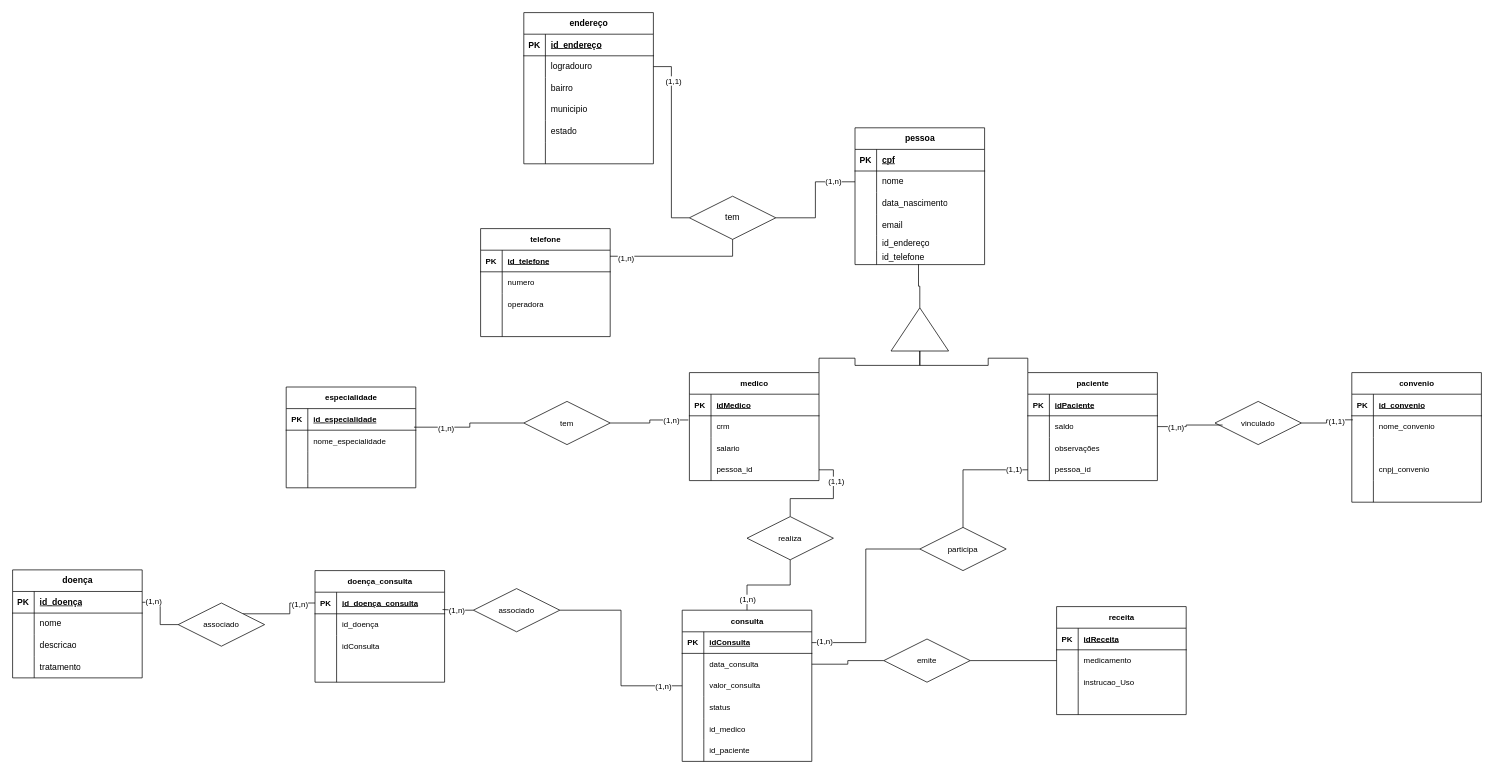
The draw.io diagram clinica.drawio in bbrtbr/BancoDadosClinica-CRUD, before the edit. Source tidied: cells renumbered, new cells numbered last; positions are measured from the earlier drawing's top-left corner, leaving out a move shared by most shapes. Both pictures are drawn from the tidied source at 72%, with x=0, y=0 at pixel (12, 12).
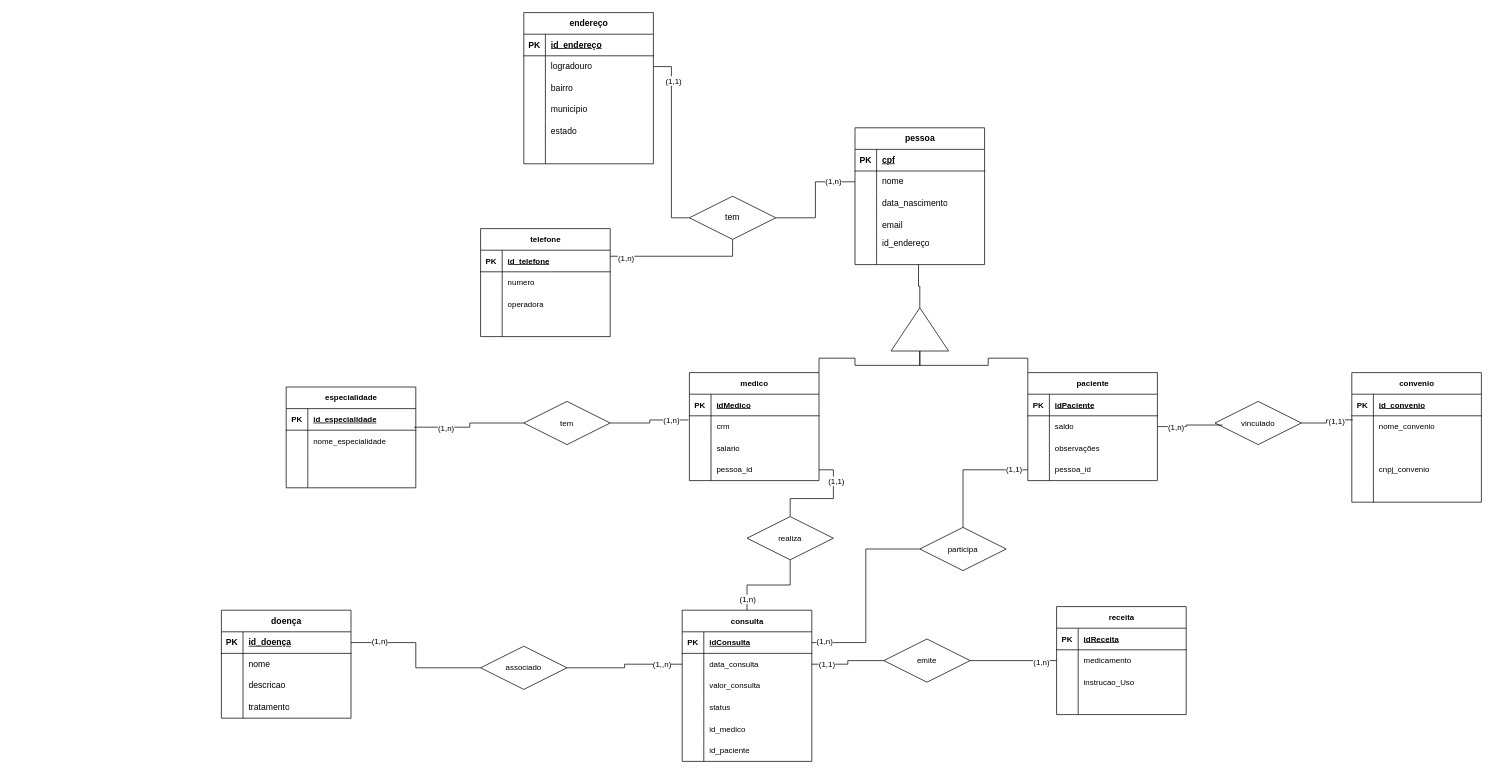
After the change.

The change refers to these unchanged cells:
```xml
<mxCell id="18" style="shape=tableRow;horizontal=0;startSize=0;swimlaneHead=0;swimlaneBody=0;fillColor=none;points=[[0,0.5],[1,0.5]];portConstraint=eastwest;top=0;left=0;right=0;bottom=0;" parent="2" vertex="1">
  <mxGeometry y="170" width="180" height="20" as="geometry" />
</mxCell>
<mxCell id="95" style="shape=tableRow;horizontal=0;startSize=0;swimlaneHead=0;swimlaneBody=0;fillColor=none;points=[[0,0.5],[1,0.5]];portConstraint=eastwest;top=0;left=0;right=0;bottom=0;fontFamily=Helvetica;fontSize=11;fontColor=default;" parent="91" vertex="1">
  <mxGeometry y="60" width="180" height="30" as="geometry" />
</mxCell>
<mxCell id="98" style="shape=tableRow;horizontal=0;startSize=0;swimlaneHead=0;swimlaneBody=0;fillColor=none;points=[[0,0.5],[1,0.5]];portConstraint=eastwest;top=0;left=0;right=0;bottom=0;fontFamily=Helvetica;fontSize=11;fontColor=default;" parent="91" vertex="1">
  <mxGeometry y="90" width="180" height="30" as="geometry" />
</mxCell>
<mxCell id="123" style="edgeStyle=orthogonalEdgeStyle;shape=connector;rounded=0;jettySize=auto;html=1;exitX=1;exitY=0.5;exitDx=0;exitDy=0;entryX=0;entryY=0.5;entryDx=0;entryDy=0;labelBackgroundColor=default;strokeColor=default;align=center;verticalAlign=middle;fontFamily=Helvetica;fontSize=11;fontColor=default;endArrow=none;endFill=0;" parent="1" edge="1" source="124" target="114">
  <mxGeometry relative="1" as="geometry" />
</mxCell>
<mxCell id="125" style="edgeStyle=orthogonalEdgeStyle;shape=connector;rounded=0;jettySize=auto;html=1;exitX=1;exitY=0.5;exitDx=0;exitDy=0;entryX=0;entryY=0.5;entryDx=0;entryDy=0;labelBackgroundColor=default;strokeColor=default;align=center;verticalAlign=middle;fontFamily=Helvetica;fontSize=11;fontColor=default;endArrow=none;endFill=0;" parent="1" edge="1" source="95" target="124">
  <mxGeometry relative="1" as="geometry" />
</mxCell>
```

What changed in the source:
```diff
@@
-    <mxCell id="20" value="id_telefone" style="shape=partialRectangle;fillColor=none;top=0;left=0;bottom=0;right=0;align=left;spacingLeft=6;overflow=hidden;whiteSpace=wrap;html=1;" parent="18" vertex="1">
+    <mxCell id="20" style="shape=partialRectangle;fillColor=none;top=0;left=0;bottom=0;right=0;align=left;spacingLeft=6;overflow=hidden;whiteSpace=wrap;html=1;" parent="18" vertex="1">
       <mxGeometry x="30" width="150" height="20" as="geometry" />
     </mxCell>
@@
+    <mxCell id="210" value="(1,n)" style="edgeLabel;html=1;align=center;verticalAlign=middle;fontSize=11;fontFamily=Helvetica;fontColor=default;" parent="123" vertex="1">
+      <mxGeometry x="0.64" y="-2" relative="1" as="geometry" />
+    </mxCell>
@@
+    <mxCell id="211" value="(1,1)" style="edgeLabel;html=1;align=center;verticalAlign=middle;fontSize=11;fontFamily=Helvetica;fontColor=default;" parent="125" vertex="1">
+      <mxGeometry x="-0.62" relative="1" as="geometry" />
+    </mxCell>
@@
     <mxCell id="174" value="doença" style="shape=table;startSize=30;childLayout=tableLayout;rowLines=0;fontStyle=1;align=center;html=1;" parent="1" vertex="1">
-      <mxGeometry y="774" width="180" height="150" as="geometry" />
+      <mxGeometry x="290" y="830" width="180" height="150" as="geometry" />
     </mxCell>
@@
-    <mxCell id="187" style="edgeStyle=orthogonalEdgeStyle;rounded=0;jettySize=auto;html=1;entryX=0;entryY=0.5;entryDx=0;entryDy=0;endArrow=none;endFill=0;exitX=1;exitY=0.5;exitDx=0;exitDy=0;" parent="1" edge="1" source="202" target="98">
-      <mxGeometry relative="1" as="geometry" />
-    </mxCell>
-    <mxCell id="188" value="(1,n)" style="edgeLabel;html=1;align=center;verticalAlign=middle;fontSize=11;fontFamily=Helvetica;fontColor=default;" parent="187" vertex="1">
-      <mxGeometry x="0.8" relative="1" as="geometry" />
-    </mxCell>
-    <mxCell id="189" value="doença_consulta" style="shape=table;startSize=30;childLayout=tableLayout;rowLines=0;fontStyle=1;align=center;html=1;fontFamily=Helvetica;fontSize=11;fontColor=default;" parent="1" vertex="1">
-      <mxGeometry x="420" y="775" width="180" height="155" as="geometry" />
-    </mxCell>
-    <mxCell id="190" style="shape=tableRow;horizontal=0;startSize=0;swimlaneHead=0;swimlaneBody=0;fillColor=none;points=[[0,0.5],[1,0.5]];portConstraint=eastwest;top=0;left=0;right=0;bottom=1;fontFamily=Helvetica;fontSize=11;fontColor=default;" parent="189" vertex="1">
-      <mxGeometry y="30" width="180" height="30" as="geometry" />
-    </mxCell>
-    <mxCell id="191" value="PK" style="shape=partialRectangle;fillColor=none;top=0;left=0;bottom=0;right=0;fontStyle=1;overflow=hidden;whiteSpace=wrap;html=1;fontFamily=Helvetica;fontSize=11;fontColor=default;" parent="190" vertex="1">
-      <mxGeometry width="30" height="30" as="geometry" />
-    </mxCell>
-    <mxCell id="192" value="id_doença_consulta" style="shape=partialRectangle;fillColor=none;top=0;left=0;bottom=0;right=0;align=left;spacingLeft=6;fontStyle=5;overflow=hidden;whiteSpace=wrap;html=1;fontFamily=Helvetica;fontSize=11;fontColor=default;" parent="190" vertex="1">
-      <mxGeometry x="30" width="150" height="30" as="geometry" />
-    </mxCell>
-    <mxCell id="193" style="shape=tableRow;horizontal=0;startSize=0;swimlaneHead=0;swimlaneBody=0;fillColor=none;points=[[0,0.5],[1,0.5]];portConstraint=eastwest;top=0;left=0;right=0;bottom=0;fontFamily=Helvetica;fontSize=11;fontColor=default;" parent="189" vertex="1">
-      <mxGeometry y="60" width="180" height="30" as="geometry" />
-    </mxCell>
-    <mxCell id="194" style="shape=partialRectangle;fillColor=none;top=0;left=0;bottom=0;right=0;overflow=hidden;whiteSpace=wrap;html=1;fontFamily=Helvetica;fontSize=11;fontColor=default;" parent="193" vertex="1">
-      <mxGeometry width="30" height="30" as="geometry" />
-    </mxCell>
-    <mxCell id="195" value="id_doença" style="shape=partialRectangle;fillColor=none;top=0;left=0;bottom=0;right=0;align=left;spacingLeft=6;overflow=hidden;whiteSpace=wrap;html=1;fontFamily=Helvetica;fontSize=11;fontColor=default;" parent="193" vertex="1">
-      <mxGeometry x="30" width="150" height="30" as="geometry" />
-    </mxCell>
-    <mxCell id="196" style="shape=tableRow;horizontal=0;startSize=0;swimlaneHead=0;swimlaneBody=0;fillColor=none;top=0;left=0;right=0;bottom=0;fontFamily=Helvetica;fontSize=11;fontColor=default;" parent="189" vertex="1">
-      <mxGeometry y="90" width="180" height="30" as="geometry" />
-    </mxCell>
-    <mxCell id="197" style="shape=partialRectangle;fillColor=none;top=0;left=0;bottom=0;right=0;overflow=hidden;whiteSpace=wrap;html=1;fontFamily=Helvetica;fontSize=11;fontColor=default;" parent="196" vertex="1">
-      <mxGeometry width="30" height="30" as="geometry" />
-    </mxCell>
-    <mxCell id="198" value="idConsulta" style="shape=partialRectangle;fillColor=none;top=0;left=0;bottom=0;right=0;align=left;spacingLeft=6;overflow=hidden;whiteSpace=wrap;html=1;fontFamily=Helvetica;fontSize=11;fontColor=default;" parent="196" vertex="1">
-      <mxGeometry x="30" width="150" height="30" as="geometry" />
-    </mxCell>
-    <mxCell id="199" style="shape=tableRow;horizontal=0;startSize=0;swimlaneHead=0;swimlaneBody=0;fillColor=none;top=0;left=0;right=0;bottom=0;fontFamily=Helvetica;fontSize=11;fontColor=default;" parent="189" vertex="1">
-      <mxGeometry y="120" width="180" height="35" as="geometry" />
-    </mxCell>
-    <mxCell id="200" style="shape=partialRectangle;fillColor=none;top=0;left=0;bottom=0;right=0;overflow=hidden;whiteSpace=wrap;html=1;fontFamily=Helvetica;fontSize=11;fontColor=default;" parent="199" vertex="1">
-      <mxGeometry width="30" height="35" as="geometry" />
-    </mxCell>
-    <mxCell id="201" style="shape=partialRectangle;fillColor=none;top=0;left=0;bottom=0;right=0;align=left;spacingLeft=6;overflow=hidden;whiteSpace=wrap;html=1;fontFamily=Helvetica;fontSize=11;fontColor=default;" parent="199" vertex="1">
-      <mxGeometry x="30" width="150" height="35" as="geometry" />
-    </mxCell>
-    <mxCell id="202" value="associado" style="shape=rhombus;perimeter=rhombusPerimeter;whiteSpace=wrap;html=1;align=center;fontFamily=Helvetica;fontSize=11;fontColor=default;" parent="1" vertex="1">
-      <mxGeometry x="640" y="800" width="120" height="60" as="geometry" />
-    </mxCell>
-    <mxCell id="203" style="edgeStyle=orthogonalEdgeStyle;shape=connector;rounded=0;jettySize=auto;html=1;exitX=1;exitY=0;exitDx=0;exitDy=0;entryX=0;entryY=0.5;entryDx=0;entryDy=0;labelBackgroundColor=default;strokeColor=default;align=center;verticalAlign=middle;fontFamily=Helvetica;fontSize=11;fontColor=default;endArrow=none;endFill=0;" parent="1" edge="1" source="205" target="190">
-      <mxGeometry relative="1" as="geometry" />
-    </mxCell>
-    <mxCell id="204" value="(1,n)" style="edgeLabel;html=1;align=center;verticalAlign=middle;fontSize=11;fontFamily=Helvetica;fontColor=default;" parent="203" vertex="1">
-      <mxGeometry x="0.62" y="-1" relative="1" as="geometry" />
-    </mxCell>
+    <mxCell id="212" style="edgeStyle=orthogonalEdgeStyle;shape=connector;rounded=0;jettySize=auto;html=1;exitX=1;exitY=0.5;exitDx=0;exitDy=0;entryX=0;entryY=0.5;entryDx=0;entryDy=0;labelBackgroundColor=default;strokeColor=default;align=center;verticalAlign=middle;fontFamily=Helvetica;fontSize=11;fontColor=default;endArrow=none;endFill=0;" parent="1" edge="1" source="205" target="95">
+      <mxGeometry relative="1" as="geometry" />
+    </mxCell>
+    <mxCell id="213" value="(1,,n)" style="edgeLabel;html=1;align=center;verticalAlign=middle;fontSize=11;fontFamily=Helvetica;fontColor=default;" parent="212" vertex="1">
+      <mxGeometry x="0.65" relative="1" as="geometry" />
+    </mxCell>
     <mxCell id="205" value="associado" style="shape=rhombus;perimeter=rhombusPerimeter;whiteSpace=wrap;html=1;align=center;fontFamily=Helvetica;fontSize=11;fontColor=default;" parent="1" vertex="1">
-      <mxGeometry x="230" y="820" width="120" height="60" as="geometry" />
+      <mxGeometry x="650" y="880" width="120" height="60" as="geometry" />
     </mxCell>
-    <mxCell id="206" style="edgeStyle=orthogonalEdgeStyle;shape=connector;rounded=0;jettySize=auto;html=1;exitX=0;exitY=0.5;exitDx=0;exitDy=0;entryX=0.984;entryY=-0.196;entryDx=0;entryDy=0;entryPerimeter=0;labelBackgroundColor=default;strokeColor=default;align=center;verticalAlign=middle;fontFamily=Helvetica;fontSize=11;fontColor=default;endArrow=none;endFill=0;" parent="1" edge="1" source="202" target="193">
-      <mxGeometry relative="1" as="geometry" />
-    </mxCell>
-    <mxCell id="207" value="(1,n)" style="edgeLabel;html=1;align=center;verticalAlign=middle;fontSize=11;fontFamily=Helvetica;fontColor=default;" parent="206" vertex="1">
-      <mxGeometry x="0.1" y="1" relative="1" as="geometry" />
-    </mxCell>
```
